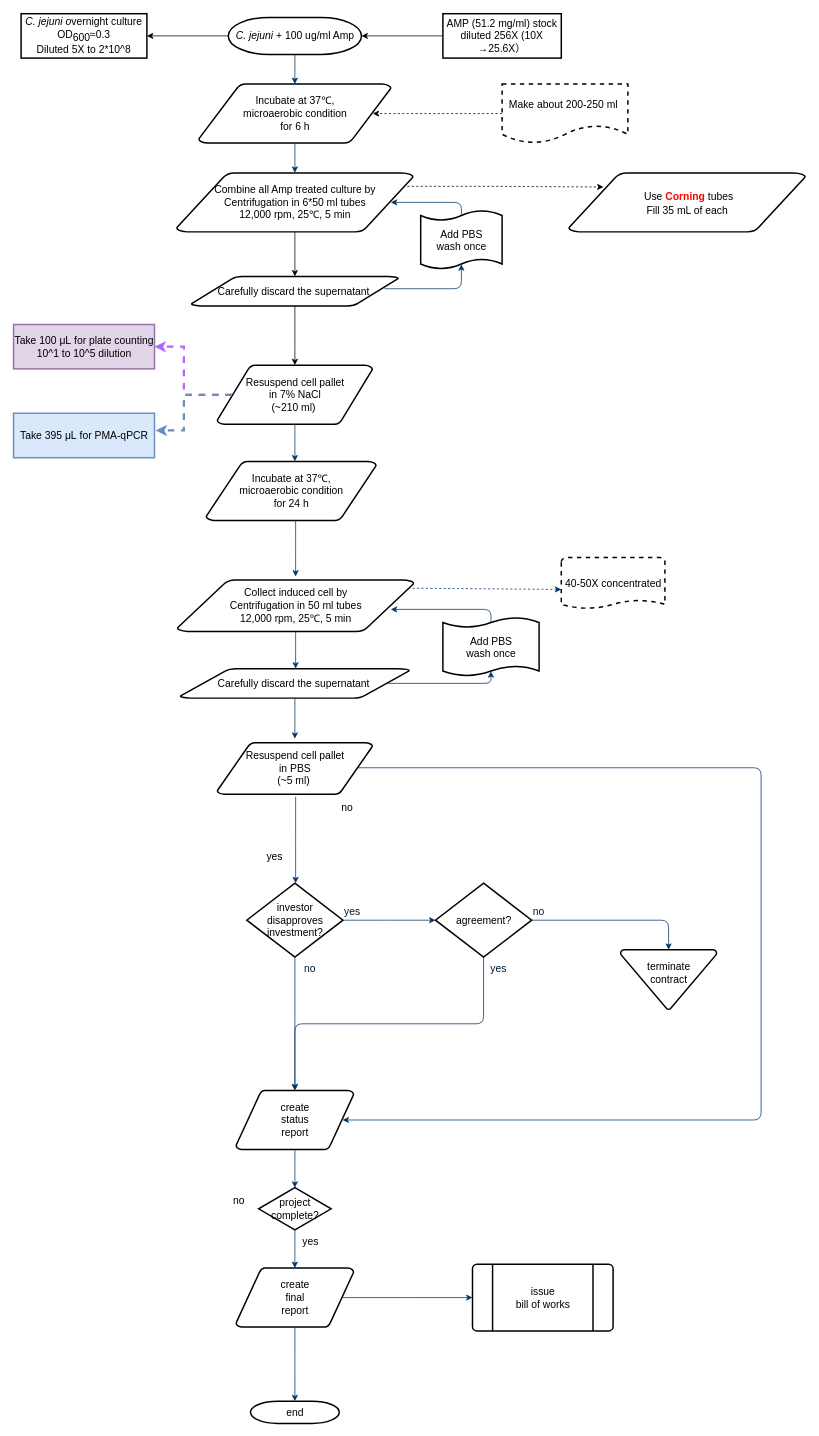
Above: Untitled Diagram.drawio in SL-Ivy/STAT545-participation (draw.io), before the change. Source tidied: cells renumbered, new cells numbered last; positions are measured from the earlier drawing's top-left corner, leaving out a move shared by most shapes. Both pictures are drawn from the tidied source at 74%, with x=0, y=0 at pixel (13, 13).
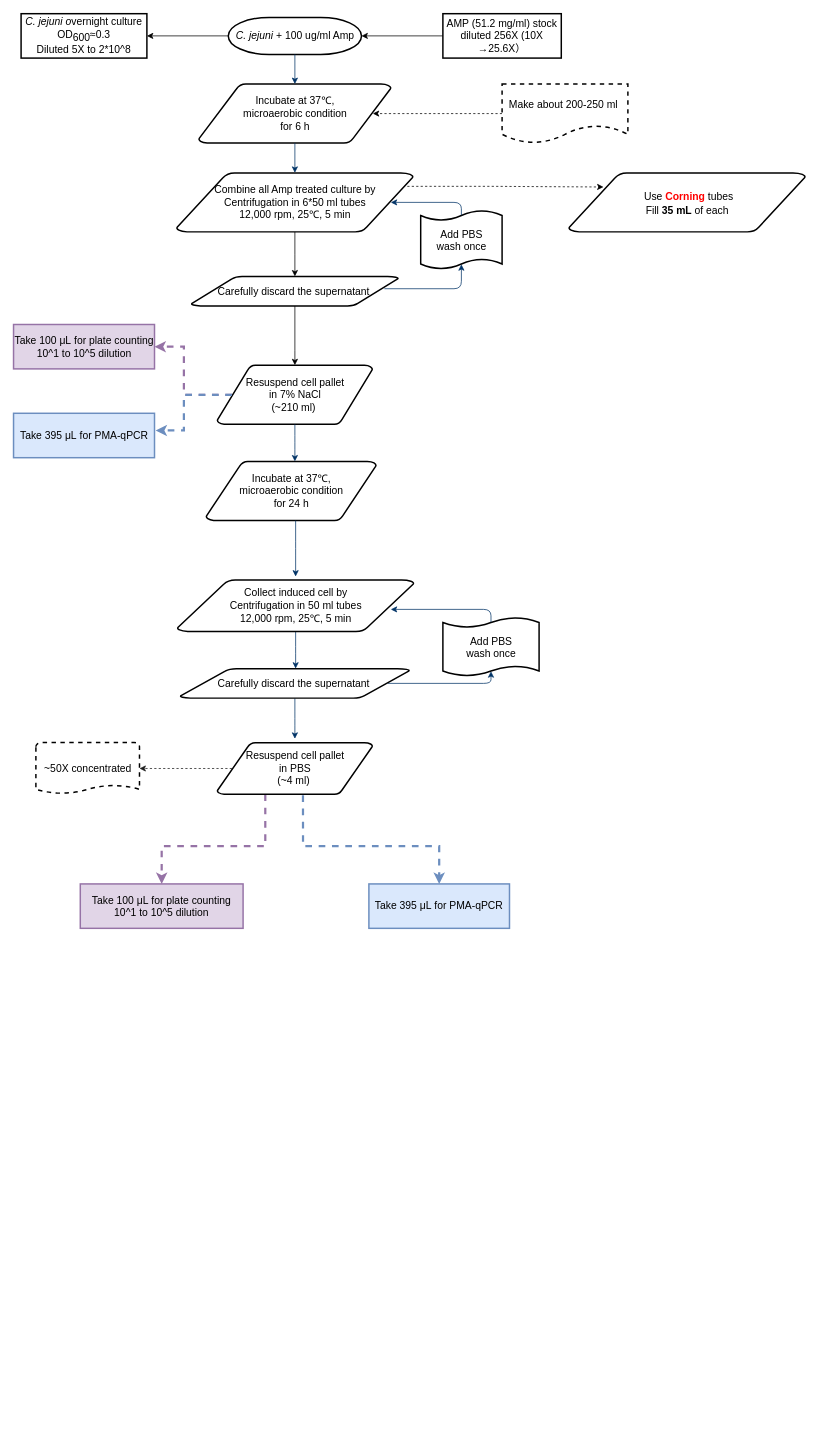
The same diagram, later.

Unchanged cells that the change refers to:
```xml
<mxCell id="8" value="Resuspend cell pallet&lt;br style=&quot;font-size: 14px&quot;&gt;in 7% NaCl&lt;br style=&quot;font-size: 14px&quot;&gt;(~210 ml)&amp;nbsp;" style="shape=mxgraph.flowchart.data;strokeWidth=2;gradientColor=none;gradientDirection=north;fontStyle=0;html=1;fontSize=14;" parent="1" vertex="1">
  <mxGeometry x="275" y="475" width="210" height="80" as="geometry" />
</mxCell>
<mxCell id="56" value="&lt;font style=&quot;font-size: 14px&quot;&gt;Take 100 μL&amp;nbsp;for plate counting&lt;br&gt;10^1 to 10^5 dilution&lt;br&gt;&lt;/font&gt;" style="whiteSpace=wrap;html=1;fontStyle=0;strokeWidth=2;gradientDirection=north;fontSize=14;fillColor=#e1d5e7;strokeColor=#9673a6;" parent="1" vertex="1">
  <mxGeometry x="-0.2" y="420" width="190.5" height="60" as="geometry" />
</mxCell>
<mxCell id="59" value="Collect induced cell&amp;nbsp;by&lt;br style=&quot;font-size: 14px&quot;&gt;Centrifugation in 50 ml tubes&lt;br style=&quot;font-size: 14px&quot;&gt;12,000 rpm, 25℃, 5 min" style="shape=mxgraph.flowchart.data;strokeWidth=2;gradientColor=none;gradientDirection=north;fontStyle=0;html=1;shadow=0;fontSize=14;" parent="1" vertex="1">
  <mxGeometry x="221" y="765" width="320" height="70" as="geometry" />
</mxCell>
```

What changed in the source:
```diff
@@
-    <mxCell id="7" style="edgeStyle=orthogonalEdgeStyle;rounded=0;jettySize=auto;html=1;dashed=1;fontSize=14;exitX=0.095;exitY=0.5;exitDx=0;exitDy=0;exitPerimeter=0;strokeColor=#B266FF;strokeWidth=3;" parent="1" edge="1" source="8" target="56">
+    <mxCell id="7" style="edgeStyle=orthogonalEdgeStyle;rounded=0;jettySize=auto;html=1;dashed=1;fontSize=14;exitX=0.095;exitY=0.5;exitDx=0;exitDy=0;exitPerimeter=0;strokeColor=#9673a6;strokeWidth=3;fillColor=#e1d5e7;" parent="1" edge="1" source="8" target="56">
       <mxGeometry relative="1" as="geometry">
         <Array as="points">
           <mxPoint x="230" y="515" />
           <mxPoint x="230" y="450" />
         </Array>
       </mxGeometry>
     </mxCell>
@@
-    <mxCell id="17" value="40-50X concentrated" style="shape=mxgraph.flowchart.document;strokeWidth=2;gradientColor=none;gradientDirection=north;fontStyle=0;html=1;dashed=1;fontSize=14;" parent="1" vertex="1">
-      <mxGeometry x="740" y="735" width="140" height="70" as="geometry" />
+    <mxCell id="17" value="~50X concentrated" style="shape=mxgraph.flowchart.document;strokeWidth=2;gradientColor=none;gradientDirection=north;fontStyle=0;html=1;dashed=1;fontSize=14;" parent="1" vertex="1">
+      <mxGeometry x="30" y="985" width="140" height="70" as="geometry" />
     </mxCell>
-    <mxCell id="18" style="elbow=horizontal;fontStyle=1;strokeColor=#003366;strokeWidth=1;html=1;dashed=1;fontSize=14;exitX=0.975;exitY=0.162;exitDx=0;exitDy=0;exitPerimeter=0;entryX=0;entryY=0.615;entryDx=0;entryDy=0;entryPerimeter=0;" parent="1" edge="1" source="59" target="17">
-      <mxGeometry as="geometry" />
-    </mxCell>
@@
-    <mxCell id="23" value="yes" style="text;fontStyle=0;html=1;strokeColor=none;gradientColor=none;fillColor=none;strokeWidth=2;fontSize=14;" parent="1" vertex="1">
-      <mxGeometry x="340" y="1123.5" width="40" height="26" as="geometry" />
-    </mxCell>
-    <mxCell id="24" value="investor&#10;disapproves&#10; investment?" style="shape=mxgraph.flowchart.decision;strokeWidth=2;gradientColor=none;gradientDirection=north;fontStyle=0;html=1;fontSize=14;" parent="1" vertex="1">
-      <mxGeometry x="315" y="1175" width="130" height="100" as="geometry" />
-    </mxCell>
-    <mxCell id="25" value="agreement?" style="shape=mxgraph.flowchart.decision;strokeWidth=2;gradientColor=none;gradientDirection=north;fontStyle=0;html=1;fontSize=14;" parent="1" vertex="1">
-      <mxGeometry x="570" y="1175" width="130" height="100" as="geometry" />
-    </mxCell>
-    <mxCell id="26" style="edgeStyle=elbowEdgeStyle;elbow=horizontal;exitX=0.5;exitY=1;exitPerimeter=0;fontStyle=1;strokeColor=#003366;strokeWidth=1;html=1;fontSize=14;" parent="1" edge="1" target="24">
-      <mxGeometry as="geometry">
-        <mxPoint x="381" y="1058.2" as="sourcePoint" />
-      </mxGeometry>
-    </mxCell>
-    <mxCell id="27" style="edgeStyle=elbowEdgeStyle;elbow=horizontal;exitX=1;exitY=0.5;exitPerimeter=0;entryX=0;entryY=0.5;entryPerimeter=0;fontStyle=1;strokeColor=#003366;strokeWidth=1;html=1;fontSize=14;" parent="1" edge="1" source="24" target="25">
-      <mxGeometry as="geometry" />
-    </mxCell>
-    <mxCell id="28" value="terminate&#10;contract&#10;" style="shape=mxgraph.flowchart.merge_or_storage;strokeWidth=2;gradientColor=none;gradientDirection=north;fontStyle=0;html=1;fontSize=14;" parent="1" vertex="1">
-      <mxGeometry x="820" y="1265" width="130" height="80.5" as="geometry" />
-    </mxCell>
-    <mxCell id="29" style="edgeStyle=elbowEdgeStyle;elbow=vertical;exitX=1;exitY=0.5;exitPerimeter=0;entryX=0.5;entryY=0;entryPerimeter=0;fontStyle=1;strokeColor=#003366;strokeWidth=1;html=1;fontSize=14;" parent="1" edge="1" source="25" target="28">
-      <mxGeometry as="geometry">
-        <Array as="points">
-          <mxPoint x="800" y="1225" />
-        </Array>
-      </mxGeometry>
-    </mxCell>
-    <mxCell id="30" value="create&#10;status&#10;report" style="shape=mxgraph.flowchart.data;strokeWidth=2;gradientColor=none;gradientDirection=north;fontStyle=0;html=1;fontSize=14;" parent="1" vertex="1">
-      <mxGeometry x="300.5" y="1455" width="159" height="80" as="geometry" />
-    </mxCell>
-    <mxCell id="31" style="edgeStyle=elbowEdgeStyle;elbow=vertical;exitX=0.5;exitY=1;exitPerimeter=0;fontColor=#001933;fontStyle=1;strokeColor=#003366;strokeWidth=1;html=1;fontSize=14;" parent="1" edge="1" source="24" target="30">
-      <mxGeometry as="geometry" />
-    </mxCell>
-    <mxCell id="32" style="edgeStyle=elbowEdgeStyle;elbow=vertical;exitX=0.5;exitY=1;exitPerimeter=0;entryX=0.5;entryY=0;entryPerimeter=0;fontStyle=1;strokeColor=#003366;strokeWidth=1;html=1;fontSize=14;" parent="1" edge="1" source="25" target="30">
-      <mxGeometry as="geometry" />
-    </mxCell>
-    <mxCell id="33" value="project&#10;complete?" style="shape=mxgraph.flowchart.decision;strokeWidth=2;gradientColor=none;gradientDirection=north;fontStyle=0;html=1;fontSize=14;" parent="1" vertex="1">
-      <mxGeometry x="331" y="1586.5" width="98" height="57" as="geometry" />
-    </mxCell>
-    <mxCell id="34" value="create&#10;final&#10;report" style="shape=mxgraph.flowchart.data;strokeWidth=2;gradientColor=none;gradientDirection=north;fontStyle=0;html=1;fontSize=14;" parent="1" vertex="1">
-      <mxGeometry x="300.5" y="1695" width="159" height="80" as="geometry" />
-    </mxCell>
-    <mxCell id="35" value="issue&#10;bill of works" style="shape=mxgraph.flowchart.predefined_process;strokeWidth=2;gradientColor=none;gradientDirection=north;fontStyle=0;html=1;fontSize=14;" parent="1" vertex="1">
-      <mxGeometry x="620" y="1690" width="190" height="90" as="geometry" />
-    </mxCell>
-    <mxCell id="36" value="end" style="shape=mxgraph.flowchart.terminator;strokeWidth=2;gradientColor=none;gradientDirection=north;fontStyle=0;html=1;fontSize=14;" parent="1" vertex="1">
-      <mxGeometry x="320" y="1875" width="120" height="30" as="geometry" />
-    </mxCell>
-    <mxCell id="37" style="edgeStyle=elbowEdgeStyle;elbow=vertical;exitX=0.5;exitY=1;exitPerimeter=0;entryX=0.5;entryY=0;entryPerimeter=0;fontStyle=1;strokeColor=#003366;strokeWidth=1;html=1;fontSize=14;" parent="1" edge="1" source="30" target="33">
-      <mxGeometry as="geometry" />
-    </mxCell>
-    <mxCell id="38" style="edgeStyle=elbowEdgeStyle;elbow=vertical;exitX=0.5;exitY=1;exitPerimeter=0;entryX=0.5;entryY=0;entryPerimeter=0;fontStyle=1;strokeColor=#003366;strokeWidth=1;html=1;fontSize=14;" parent="1" edge="1" source="33" target="34">
-      <mxGeometry as="geometry" />
-    </mxCell>
-    <mxCell id="39" style="edgeStyle=elbowEdgeStyle;elbow=vertical;exitX=0.5;exitY=1;exitPerimeter=0;entryX=0.5;entryY=0;entryPerimeter=0;fontStyle=1;strokeColor=#003366;strokeWidth=1;html=1;fontSize=14;" parent="1" edge="1" source="34" target="36">
-      <mxGeometry as="geometry" />
-    </mxCell>
-    <mxCell id="40" style="edgeStyle=elbowEdgeStyle;elbow=vertical;exitX=0.905;exitY=0.5;exitPerimeter=0;entryX=0;entryY=0.5;entryPerimeter=0;fontStyle=1;strokeColor=#003366;strokeWidth=1;html=1;fontSize=14;" parent="1" edge="1" source="34" target="35">
-      <mxGeometry as="geometry" />
-    </mxCell>
-    <mxCell id="41" style="edgeStyle=elbowEdgeStyle;elbow=horizontal;exitX=1;exitY=0.5;exitPerimeter=0;entryX=0.905;entryY=0.5;entryPerimeter=0;fontStyle=1;strokeColor=#003366;strokeWidth=1;html=1;fontSize=14;" parent="1" edge="1" target="30">
-      <mxGeometry as="geometry">
-        <mxPoint x="440.5" y="1019" as="sourcePoint" />
-        <Array as="points">
-          <mxPoint x="1010" y="1285" />
-        </Array>
-      </mxGeometry>
-    </mxCell>
-    <mxCell id="42" value="no" style="text;fontStyle=0;html=1;strokeColor=none;gradientColor=none;fillColor=none;strokeWidth=2;fontSize=14;" parent="1" vertex="1">
-      <mxGeometry x="440.5" y="1058.2" width="40" height="26" as="geometry" />
-    </mxCell>
-    <mxCell id="43" value="yes" style="text;fontColor=#001933;fontStyle=0;html=1;strokeColor=none;gradientColor=none;fillColor=none;strokeWidth=2;fontSize=14;" parent="1" vertex="1">
-      <mxGeometry x="445" y="1199" width="40" height="26" as="geometry" />
-    </mxCell>
-    <mxCell id="44" value="no" style="text;fontColor=#001933;fontStyle=0;html=1;strokeColor=none;gradientColor=none;fillColor=none;strokeWidth=2;align=center;fontSize=14;" parent="1" vertex="1">
-      <mxGeometry x="380" y="1275" width="40" height="26" as="geometry" />
-    </mxCell>
-    <mxCell id="45" value="yes" style="text;fontColor=#001933;fontStyle=0;html=1;strokeColor=none;gradientColor=none;fillColor=none;strokeWidth=2;align=center;fontSize=14;" parent="1" vertex="1">
-      <mxGeometry x="635" y="1275" width="40" height="26" as="geometry" />
-    </mxCell>
-    <mxCell id="46" value="no" style="text;fontColor=#001933;fontStyle=0;html=1;strokeColor=none;gradientColor=none;fillColor=none;strokeWidth=2;fontSize=14;" parent="1" vertex="1">
-      <mxGeometry x="700" y="1199" width="40" height="26" as="geometry" />
-    </mxCell>
@@
-    <mxCell id="49" value="yes" style="text;fontStyle=0;html=1;strokeColor=none;gradientColor=none;fillColor=none;strokeWidth=2;align=center;fontSize=14;" parent="1" vertex="1">
-      <mxGeometry x="381" y="1645" width="40" height="26" as="geometry" />
-    </mxCell>
-    <mxCell id="50" value="no" style="text;fontStyle=0;html=1;strokeColor=none;gradientColor=none;fillColor=none;strokeWidth=2;fontSize=14;" parent="1" vertex="1">
-      <mxGeometry x="295" y="1589" width="40" height="26" as="geometry" />
-    </mxCell>
@@
+    <mxCell id="66" style="edgeStyle=none;rounded=0;jettySize=auto;html=1;dashed=1;fontColor=#FF0000;strokeColor=#1A1A1A;strokeWidth=1;exitX=0.095;exitY=0.5;exitDx=0;exitDy=0;exitPerimeter=0;" parent="1" edge="1" source="64" target="17">
+      <mxGeometry relative="1" as="geometry" />
+    </mxCell>
+    <mxCell id="67" style="edgeStyle=none;rounded=0;jettySize=auto;html=1;dashed=1;fontColor=#FF0000;strokeColor=#9673a6;strokeWidth=3;fillColor=#e1d5e7;" parent="1" edge="1" target="69">
+      <mxGeometry relative="1" as="geometry">
+        <mxPoint x="340" y="1055" as="sourcePoint" />
+        <Array as="points">
+          <mxPoint x="340" y="1125" />
+          <mxPoint x="200" y="1125" />
+        </Array>
+      </mxGeometry>
+    </mxCell>
+    <mxCell id="68" style="edgeStyle=none;rounded=0;jettySize=auto;html=1;dashed=1;fontColor=#FF0000;strokeColor=#6c8ebf;strokeWidth=3;fillColor=#dae8fc;exitX=0.552;exitY=1.016;exitDx=0;exitDy=0;exitPerimeter=0;" parent="1" edge="1" source="64" target="70">
+      <mxGeometry relative="1" as="geometry">
+        <Array as="points">
+          <mxPoint x="391" y="1125" />
+          <mxPoint x="575" y="1125" />
+        </Array>
+      </mxGeometry>
+    </mxCell>
-    <mxCell id="64" value="Resuspend cell pallet&lt;br style=&quot;font-size: 14px&quot;&gt;in PBS&lt;br style=&quot;font-size: 14px&quot;&gt;(~5 ml)&amp;nbsp;" style="shape=mxgraph.flowchart.data;strokeWidth=2;gradientColor=none;gradientDirection=north;fontStyle=0;html=1;fontSize=14;" parent="1" vertex="1">
+    <mxCell id="64" value="Resuspend cell pallet&lt;br style=&quot;font-size: 14px&quot;&gt;in PBS&lt;br style=&quot;font-size: 14px&quot;&gt;(~4 ml)&amp;nbsp;" style="shape=mxgraph.flowchart.data;strokeWidth=2;gradientColor=none;gradientDirection=north;fontStyle=0;html=1;fontSize=14;" parent="1" vertex="1">
       <mxGeometry x="275" y="985" width="210" height="70" as="geometry" />
     </mxCell>
-    <mxCell id="65" value="&amp;nbsp;Use&amp;nbsp;&lt;font color=&quot;#ff0000&quot;&gt;&lt;b&gt;&lt;span style=&quot;box-sizing: border-box ; font-family: &amp;#34;tahoma&amp;#34; , &amp;#34;microsoft yahei&amp;#34; , , , &amp;#34;malgun gothic&amp;#34; , sans-serif ; line-height: 21px ; text-align: left ; background-color: rgb(255 , 255 , 255)&quot;&gt;Corning&amp;nbsp;&lt;/span&gt;&lt;/b&gt;&lt;/font&gt;tubes&lt;br&gt;Fill 35 mL of each" style="shape=mxgraph.flowchart.data;strokeWidth=2;gradientColor=none;gradientDirection=north;fontStyle=0;html=1;shadow=0;fontSize=14;" parent="1" vertex="1">
+    <mxCell id="65" value="&amp;nbsp;Use&amp;nbsp;&lt;font color=&quot;#ff0000&quot;&gt;&lt;b&gt;&lt;span style=&quot;box-sizing: border-box ; font-family: &amp;#34;tahoma&amp;#34; , &amp;#34;microsoft yahei&amp;#34; , , , &amp;#34;malgun gothic&amp;#34; , sans-serif ; line-height: 21px ; text-align: left ; background-color: rgb(255 , 255 , 255)&quot;&gt;Corning&amp;nbsp;&lt;/span&gt;&lt;/b&gt;&lt;/font&gt;tubes&lt;br&gt;Fill &lt;b&gt;35 mL&lt;/b&gt; of each" style="shape=mxgraph.flowchart.data;strokeWidth=2;gradientColor=none;gradientDirection=north;fontStyle=0;html=1;shadow=0;fontSize=14;" parent="1" vertex="1">
       <mxGeometry x="750" y="215" width="320" height="80" as="geometry" />
     </mxCell>
+    <mxCell id="69" value="&lt;span&gt;Take 100 μL&amp;nbsp;for plate counting&lt;/span&gt;&lt;br&gt;&lt;span&gt;10^1 to 10^5 dilution&lt;/span&gt;" style="whiteSpace=wrap;html=1;fontSize=14;fontStyle=0;strokeWidth=2;gradientDirection=north;fillColor=#e1d5e7;strokeColor=#9673a6;" parent="1" vertex="1">
+      <mxGeometry x="90" y="1176" width="220" height="60" as="geometry" />
+    </mxCell>
+    <mxCell id="70" value="&lt;span&gt;Take 395 μL&amp;nbsp;for PMA-qPCR&lt;/span&gt;" style="whiteSpace=wrap;html=1;fontSize=14;fontStyle=0;strokeWidth=2;gradientDirection=north;fillColor=#dae8fc;strokeColor=#6c8ebf;" parent="1" vertex="1">
+      <mxGeometry x="480" y="1176" width="190" height="60" as="geometry" />
+    </mxCell>
```
